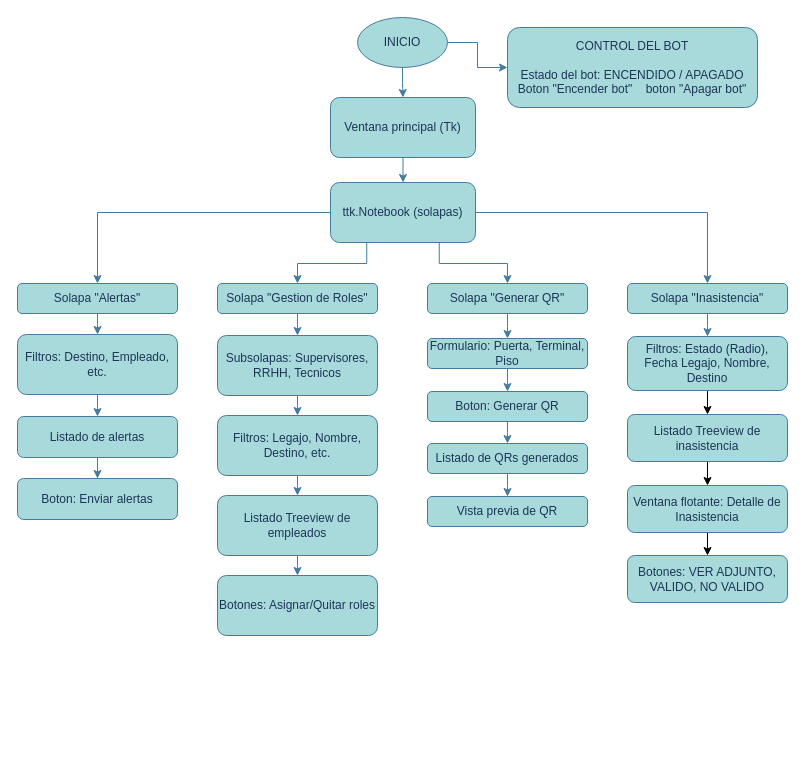
gavalle2024/Diagramas-de-Flujos keeps this draw.io diagram as page "Flujos_App_Tkinter" (2 of 7) of Flujos_en _Bot.drawio. Above is the earlier version. Source tidied: cells renumbered, new cells numbered last; positions are measured from the earlier drawing's top-left corner, leaving out a move shared by most shapes. Both pictures are drawn from the tidied source at 100%, with x=0, y=0 at pixel (17, 17).
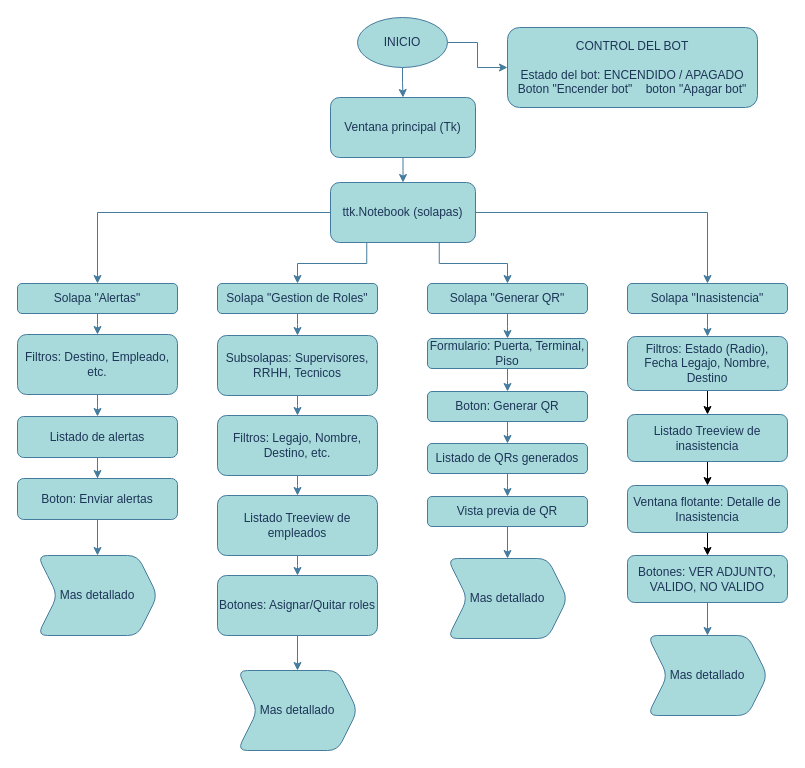
Above is the later version.

The change refers to these unchanged cells:
```xml
<mxCell id="16" value="Boton: Enviar alertas" style="rounded=1;whiteSpace=wrap;html=1;align=center;fillColor=#A8DADC;strokeColor=#457B9D;fontColor=#1D3557;labelBackgroundColor=none;" parent="1" vertex="1">
  <mxGeometry y="461" width="160" height="41" as="geometry" />
</mxCell>
<mxCell id="25" value="Botones: Asignar/Quitar roles" style="rounded=1;whiteSpace=wrap;html=1;fillColor=#A8DADC;strokeColor=#457B9D;fontColor=#1D3557;labelBackgroundColor=none;" parent="1" vertex="1">
  <mxGeometry x="200" y="558" width="160" height="60" as="geometry" />
</mxCell>
<mxCell id="39" value="Vista previa de QR" style="rounded=1;whiteSpace=wrap;html=1;labelBackgroundColor=none;fillColor=#A8DADC;strokeColor=#457B9D;fontColor=#1D3557;" parent="1" vertex="1">
  <mxGeometry x="410" y="479" width="160" height="30" as="geometry" />
</mxCell>
<mxCell id="46" value="Botones: VER ADJUNTO, VALIDO, NO VALIDO" style="rounded=1;whiteSpace=wrap;html=1;labelBackgroundColor=none;fillColor=#A8DADC;strokeColor=#457B9D;fontColor=#1D3557;" parent="1" vertex="1">
  <mxGeometry x="610" y="538" width="160" height="47" as="geometry" />
</mxCell>
```

Diff of the diagram source:
```diff
@@
+    <mxCell id="47" style="edgeStyle=orthogonalEdgeStyle;rounded=0;jettySize=auto;html=1;strokeColor=#457B9D;fontColor=#1D3557;fillColor=#A8DADC;" parent="1" edge="1" source="16" target="51">
+      <mxGeometry relative="1" as="geometry" />
+    </mxCell>
@@
+    <mxCell id="48" style="edgeStyle=orthogonalEdgeStyle;rounded=0;jettySize=auto;html=1;strokeColor=#457B9D;fontColor=#1D3557;fillColor=#A8DADC;" parent="1" edge="1" source="25" target="52">
+      <mxGeometry relative="1" as="geometry" />
+    </mxCell>
@@
+    <mxCell id="49" style="edgeStyle=orthogonalEdgeStyle;rounded=0;jettySize=auto;html=1;exitX=0.5;exitY=1;exitDx=0;exitDy=0;entryX=0.5;entryY=0;entryDx=0;entryDy=0;strokeColor=#457B9D;fontColor=#1D3557;fillColor=#A8DADC;" parent="1" edge="1" source="39" target="53">
+      <mxGeometry relative="1" as="geometry" />
+    </mxCell>
@@
+    <mxCell id="50" style="edgeStyle=orthogonalEdgeStyle;rounded=0;jettySize=auto;html=1;exitX=0.5;exitY=1;exitDx=0;exitDy=0;strokeColor=#457B9D;fontColor=#1D3557;fillColor=#A8DADC;" parent="1" edge="1" source="46" target="54">
+      <mxGeometry relative="1" as="geometry" />
+    </mxCell>
@@
+    <mxCell id="51" value="Mas detallado" style="shape=step;perimeter=stepPerimeter;whiteSpace=wrap;html=1;fixedSize=1;fillColor=#A8DADC;strokeColor=#457B9D;fontColor=#1D3557;rounded=1;labelBackgroundColor=none;" parent="1" vertex="1">
+      <mxGeometry x="20" y="538" width="120" height="80" as="geometry" />
+    </mxCell>
+    <mxCell id="52" value="Mas detallado" style="shape=step;perimeter=stepPerimeter;whiteSpace=wrap;html=1;fixedSize=1;fillColor=#A8DADC;strokeColor=#457B9D;fontColor=#1D3557;rounded=1;labelBackgroundColor=none;" parent="1" vertex="1">
+      <mxGeometry x="220" y="653" width="120" height="80" as="geometry" />
+    </mxCell>
+    <mxCell id="53" value="Mas detallado" style="shape=step;perimeter=stepPerimeter;whiteSpace=wrap;html=1;fixedSize=1;fillColor=#A8DADC;strokeColor=#457B9D;fontColor=#1D3557;rounded=1;labelBackgroundColor=none;" parent="1" vertex="1">
+      <mxGeometry x="430" y="541" width="120" height="80" as="geometry" />
+    </mxCell>
+    <mxCell id="54" value="Mas detallado" style="shape=step;perimeter=stepPerimeter;whiteSpace=wrap;html=1;fixedSize=1;fillColor=#A8DADC;strokeColor=#457B9D;fontColor=#1D3557;rounded=1;labelBackgroundColor=none;" parent="1" vertex="1">
+      <mxGeometry x="630" y="618" width="120" height="80" as="geometry" />
+    </mxCell>
```
